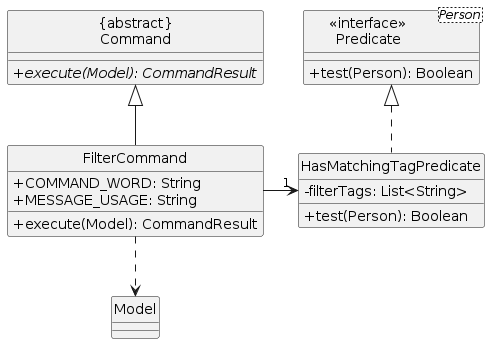
Above: diagrams/FilterCommandClass.png in AY2324S2-CS2103T-W09-3/tp (PlantUML), before the change. Its source is kept beside it as diagrams/FilterCommandClass.puml.
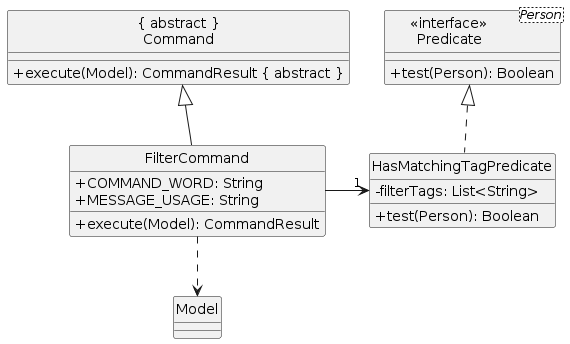
After the change.

Change to the diagram source:
```diff
@@ -2,8 +2,8 @@
 hide circle
 skinparam classAttributeIconSize 0
 
-Class "{abstract}\nCommand" as Command {
-  {abstract}+execute(Model): CommandResult
+Class "{ abstract }\nCommand" as Command {
+  +execute(Model): CommandResult { abstract }
 }
 Class FilterCommand {
   +COMMAND_WORD: String
```
